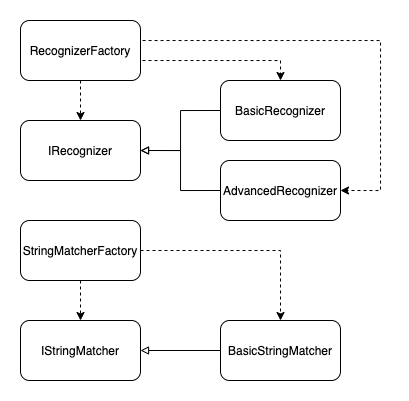
Earlier version of the draw.io export doc/images/lib.png (popescu-af/intent-recognizer). Source tidied: cells renumbered, new cells last; positions are measured from the earlier drawing's top-left corner, leaving out a move shared by most shapes.
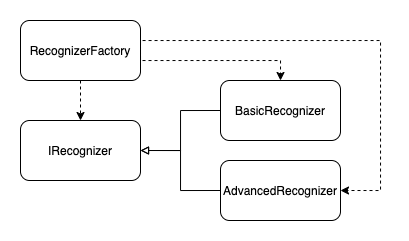
The same file after the commit.

The edit, as a diff of the source:
```diff
@@ -45,27 +45,5 @@
     <mxCell id="10" value="AdvancedRecognizer" style="rounded=1;whiteSpace=wrap;html=1;" parent="1" vertex="1">
       <mxGeometry x="200" y="140" width="120" height="60" as="geometry" />
     </mxCell>
-    <mxCell id="11" value="IStringMatcher" style="rounded=1;whiteSpace=wrap;html=1;" parent="1" vertex="1">
-      <mxGeometry y="300" width="120" height="60" as="geometry" />
-    </mxCell>
-    <mxCell id="12" style="edgeStyle=orthogonalEdgeStyle;rounded=0;jettySize=auto;html=1;exitX=1;exitY=0.5;exitDx=0;exitDy=0;entryX=0.5;entryY=0;entryDx=0;entryDy=0;endArrow=classic;endFill=1;dashed=1;" parent="1" edge="1" source="14" target="16">
-      <mxGeometry relative="1" as="geometry">
-        <Array as="points">
-          <mxPoint x="260" y="230" />
-        </Array>
-      </mxGeometry>
-    </mxCell>
-    <mxCell id="13" style="edgeStyle=orthogonalEdgeStyle;rounded=0;jettySize=auto;html=1;exitX=0.5;exitY=1;exitDx=0;exitDy=0;entryX=0.5;entryY=0;entryDx=0;entryDy=0;dashed=1;endArrow=classic;endFill=1;" parent="1" edge="1" source="14" target="11">
-      <mxGeometry relative="1" as="geometry" />
-    </mxCell>
-    <mxCell id="14" value="StringMatcherFactory" style="rounded=1;whiteSpace=wrap;html=1;" parent="1" vertex="1">
-      <mxGeometry y="200" width="120" height="60" as="geometry" />
-    </mxCell>
-    <mxCell id="15" style="edgeStyle=orthogonalEdgeStyle;rounded=0;jettySize=auto;html=1;exitX=0;exitY=0.5;exitDx=0;exitDy=0;entryX=1;entryY=0.5;entryDx=0;entryDy=0;endArrow=block;endFill=0;" parent="1" edge="1" source="16" target="11">
-      <mxGeometry relative="1" as="geometry" />
-    </mxCell>
-    <mxCell id="16" value="BasicStringMatcher" style="rounded=1;whiteSpace=wrap;html=1;" parent="1" vertex="1">
-      <mxGeometry x="200" y="300" width="120" height="60" as="geometry" />
-    </mxCell>
   </root>
 </mxGraphModel>
```
